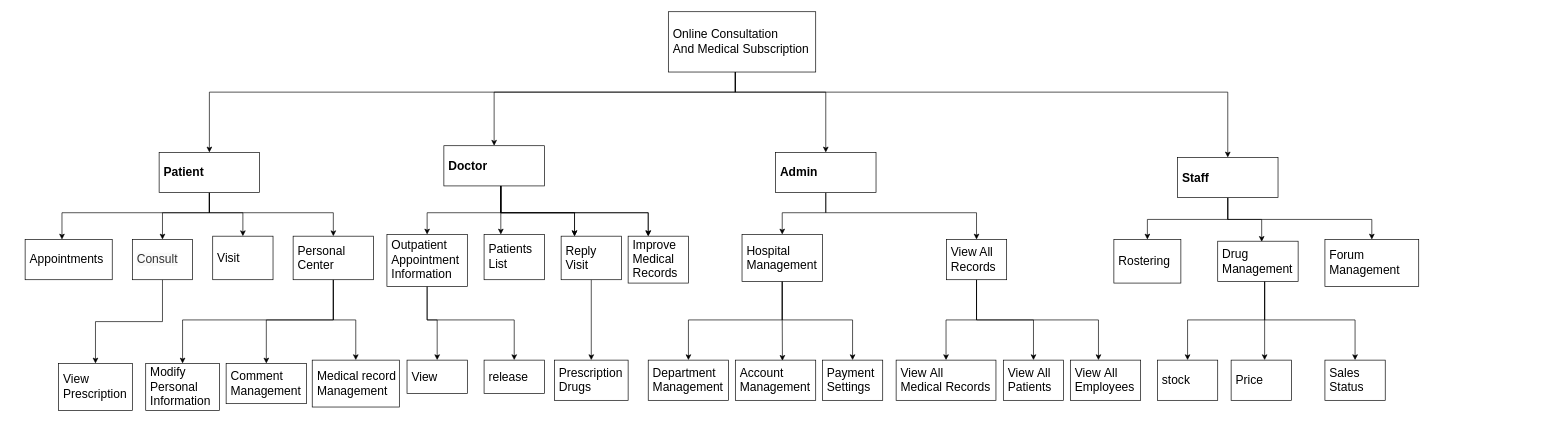
nishacado/E-Healthcare keeps this draw.io diagram as Jingjing/E-HealthDecompositionDiagram.drawio. Above is the earlier version. Source tidied: cells renumbered, new cells numbered last; positions are measured from the earlier drawing's top-left corner, leaving out a move shared by most shapes. Both pictures are drawn from the tidied source at 67%, with x=0, y=0 at pixel (25, 11).
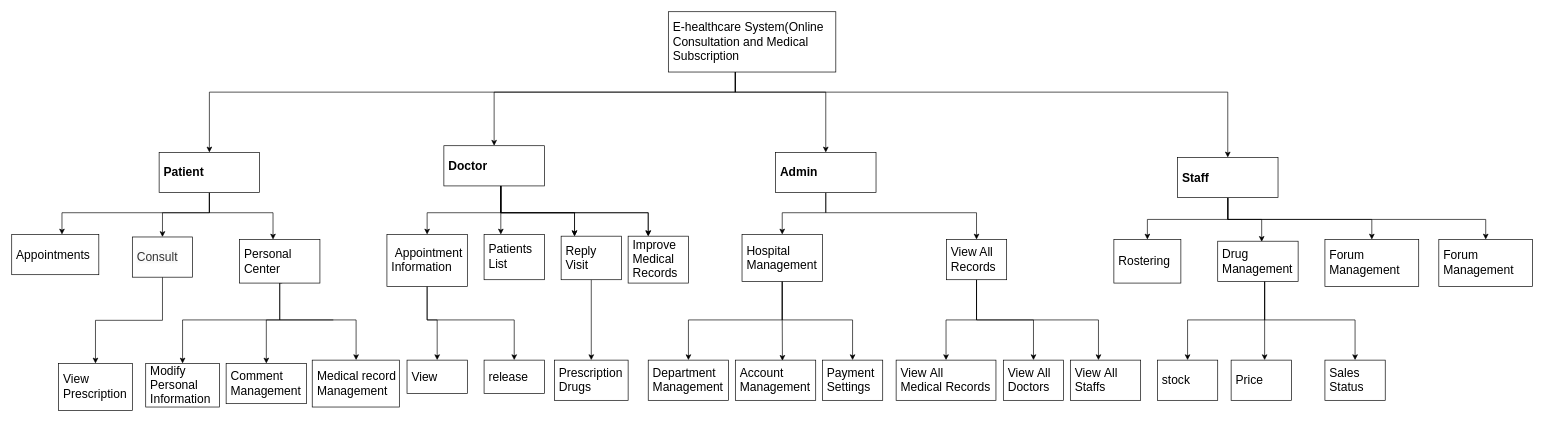
The same page after the edit.

Unchanged cells that the change refers to:
```xml
<mxCell id="11" value="&lt;span style=&quot;font-size: 18px;&quot;&gt;&lt;b&gt;Patient&lt;/b&gt;&lt;/span&gt;" style="rounded=0;whiteSpace=wrap;html=1;align=left;spacingLeft=5;" parent="1" vertex="1">
  <mxGeometry x="200" y="210" width="150" height="60" as="geometry" />
</mxCell>
<mxCell id="15" value="&lt;font style=&quot;font-size: 18px;&quot;&gt;&lt;b&gt;Staff&lt;/b&gt;&lt;/font&gt;" style="rounded=0;whiteSpace=wrap;html=1;align=left;spacingLeft=5;" parent="1" vertex="1">
  <mxGeometry x="1720" y="217.5" width="150" height="60" as="geometry" />
</mxCell>
<mxCell id="53" value="&lt;div&gt;&lt;span style=&quot;font-size: 18px;&quot;&gt;Medical record Management&lt;/span&gt;&lt;/div&gt;" style="rounded=0;whiteSpace=wrap;html=1;align=left;spacingLeft=5;" parent="1" vertex="1">
  <mxGeometry x="428.5" y="520" width="130" height="70" as="geometry" />
</mxCell>
<mxCell id="54" value="&lt;div&gt;&lt;span style=&quot;font-size: 18px;&quot;&gt;Comment Management&lt;/span&gt;&lt;/div&gt;" style="rounded=0;whiteSpace=wrap;html=1;align=left;spacingLeft=5;" parent="1" vertex="1">
  <mxGeometry x="300" y="525" width="120" height="60" as="geometry" />
</mxCell>
```

Diff of the diagram source:
```diff
@@
-    <mxCell id="6" value="&lt;font style=&quot;font-size: 18px;&quot;&gt;Online Consultation &lt;br&gt;And Medical Subscription&lt;/font&gt;" style="rounded=0;whiteSpace=wrap;html=1;align=left;spacingLeft=5;" parent="1" vertex="1">
-      <mxGeometry x="960" width="220" height="90" as="geometry" />
+    <mxCell id="6" value="&lt;font style=&quot;font-size: 18px;&quot;&gt;E-healthcare System(Online Consultation and Medical Subscription&lt;/font&gt;" style="rounded=0;whiteSpace=wrap;html=1;align=left;spacingLeft=5;" parent="1" vertex="1">
+      <mxGeometry x="960" width="250" height="90" as="geometry" />
     </mxCell>
@@
-    <mxCell id="9" style="edgeStyle=orthogonalEdgeStyle;rounded=0;jettySize=auto;html=1;entryX=0.5;entryY=0;entryDx=0;entryDy=0;fontSize=18;align=left;spacingLeft=5;" parent="1" edge="1" source="11" target="27">
-      <mxGeometry relative="1" as="geometry">
-        <Array as="points">
-          <mxPoint x="275" y="300" />
-          <mxPoint x="325" y="300" />
-        </Array>
-      </mxGeometry>
-    </mxCell>
     <mxCell id="10" style="edgeStyle=orthogonalEdgeStyle;rounded=0;jettySize=auto;html=1;fontSize=18;align=left;spacingLeft=5;" parent="1" edge="1" source="11" target="31">
       <mxGeometry relative="1" as="geometry">
         <Array as="points">
           <mxPoint x="275" y="300" />
-          <mxPoint x="460" y="300" />
+          <mxPoint x="370" y="300" />
+          <mxPoint x="370" y="368" />
         </Array>
       </mxGeometry>
     </mxCell>
@@
     <mxCell id="25" value="&lt;span style=&quot;color: rgb(51, 51, 51); font-family: Arial, &amp;quot;PingFang SC&amp;quot;, &amp;quot;Hiragino Sans GB&amp;quot;, STHeiti, &amp;quot;Microsoft YaHei&amp;quot;, &amp;quot;WenQuanYi Micro Hei&amp;quot;, sans-serif; font-size: 18px; background-color: rgb(249, 249, 249);&quot;&gt;Consult&lt;/span&gt;" style="rounded=0;whiteSpace=wrap;html=1;align=left;spacingLeft=5;" parent="1" vertex="1">
-      <mxGeometry x="160" y="340" width="90" height="60" as="geometry" />
+      <mxGeometry x="160" y="336.2" width="90" height="60" as="geometry" />
     </mxCell>
@@
-    <mxCell id="27" value="&lt;span style=&quot;font-size: 18px;&quot;&gt;Visit&lt;/span&gt;" style="rounded=0;whiteSpace=wrap;html=1;align=left;spacingLeft=5;" parent="1" vertex="1">
-      <mxGeometry x="280" y="335" width="90" height="65" as="geometry" />
-    </mxCell>
-    <mxCell id="28" style="edgeStyle=orthogonalEdgeStyle;rounded=0;jettySize=auto;html=1;fontSize=18;" parent="1" edge="1" source="31" target="55">
+    <mxCell id="28" style="edgeStyle=orthogonalEdgeStyle;rounded=0;jettySize=auto;html=1;fontSize=18;" parent="1" edge="1" target="55">
       <mxGeometry relative="1" as="geometry">
+        <mxPoint x="460" y="460" as="sourcePoint" />
         <Array as="points">
           <mxPoint x="460" y="460" />
           <mxPoint x="235" y="460" />
         </Array>
       </mxGeometry>
     </mxCell>
-    <mxCell id="29" style="edgeStyle=orthogonalEdgeStyle;rounded=0;jettySize=auto;html=1;fontSize=18;" parent="1" edge="1" source="31" target="54">
+    <mxCell id="29" style="edgeStyle=orthogonalEdgeStyle;rounded=0;jettySize=auto;html=1;fontSize=18;exitX=0.531;exitY=0.998;exitDx=0;exitDy=0;exitPerimeter=0;" parent="1" edge="1" source="31" target="54">
       <mxGeometry relative="1" as="geometry">
         <Array as="points">
-          <mxPoint x="460" y="460" />
+          <mxPoint x="380" y="405" />
+          <mxPoint x="380" y="460" />
           <mxPoint x="360" y="460" />
         </Array>
       </mxGeometry>
     </mxCell>
     <mxCell id="30" style="edgeStyle=orthogonalEdgeStyle;rounded=0;jettySize=auto;html=1;fontSize=18;" parent="1" edge="1" source="31" target="53">
-      <mxGeometry relative="1" as="geometry" />
+      <mxGeometry relative="1" as="geometry">
+        <Array as="points">
+          <mxPoint x="380" y="460" />
+          <mxPoint x="494" y="460" />
+        </Array>
+      </mxGeometry>
     </mxCell>
     <mxCell id="31" value="&lt;div&gt;&lt;span style=&quot;font-size: 18px;&quot;&gt;Personal Center&lt;/span&gt;&lt;/div&gt;" style="rounded=0;whiteSpace=wrap;html=1;align=left;spacingLeft=5;" parent="1" vertex="1">
-      <mxGeometry x="400" y="335" width="120" height="65" as="geometry" />
+      <mxGeometry x="320" y="340" width="120" height="65" as="geometry" />
     </mxCell>
@@
-    <mxCell id="34" value="&lt;div&gt;&lt;span style=&quot;font-size: 18px;&quot;&gt;Outpatient&amp;nbsp; &amp;nbsp; Appointment&lt;/span&gt;&lt;/div&gt;&lt;div&gt;&lt;span style=&quot;font-size: 18px; background-color: initial;&quot;&gt;Information&lt;/span&gt;&lt;/div&gt;" style="rounded=0;whiteSpace=wrap;html=1;align=left;spacingLeft=5;" parent="1" vertex="1">
+    <mxCell id="34" value="&lt;div&gt;&lt;span style=&quot;font-size: 18px;&quot;&gt;&amp;nbsp;Appointment&lt;/span&gt;&lt;/div&gt;&lt;div&gt;&lt;span style=&quot;font-size: 18px; background-color: initial;&quot;&gt;Information&lt;/span&gt;&lt;/div&gt;" style="rounded=0;whiteSpace=wrap;html=1;align=left;spacingLeft=5;" parent="1" vertex="1">
       <mxGeometry x="540" y="332.5" width="120" height="77.5" as="geometry" />
     </mxCell>
@@
     <mxCell id="55" value="&lt;div&gt;&lt;span style=&quot;font-size: 18px;&quot;&gt;Modify Personal Information&lt;/span&gt;&lt;/div&gt;" style="rounded=0;whiteSpace=wrap;html=1;align=left;spacingLeft=5;" parent="1" vertex="1">
-      <mxGeometry x="180" y="525" width="110" height="70" as="geometry" />
+      <mxGeometry x="180" y="525" width="110" height="65" as="geometry" />
     </mxCell>
-    <mxCell id="56" value="&lt;div&gt;&lt;span style=&quot;font-size: 18px;&quot;&gt;View&amp;nbsp;&lt;/span&gt;&lt;span style=&quot;font-size: 18px; background-color: initial;&quot;&gt;All Employees&lt;/span&gt;&lt;/div&gt;" style="rounded=0;whiteSpace=wrap;html=1;align=left;spacingLeft=5;" parent="1" vertex="1">
+    <mxCell id="56" value="&lt;div&gt;&lt;span style=&quot;font-size: 18px;&quot;&gt;View&amp;nbsp;&lt;/span&gt;&lt;span style=&quot;font-size: 18px; background-color: initial;&quot;&gt;All Staffs&lt;/span&gt;&lt;/div&gt;" style="rounded=0;whiteSpace=wrap;html=1;align=left;spacingLeft=5;" parent="1" vertex="1">
       <mxGeometry x="1560" y="520" width="105" height="60" as="geometry" />
     </mxCell>
@@
-    <mxCell id="59" value="&lt;div&gt;&lt;span style=&quot;font-size: 18px;&quot;&gt;View&amp;nbsp;&lt;/span&gt;&lt;span style=&quot;font-size: 18px; background-color: initial;&quot;&gt;All Patients&lt;/span&gt;&lt;/div&gt;" style="rounded=0;whiteSpace=wrap;html=1;align=left;spacingLeft=5;" parent="1" vertex="1">
+    <mxCell id="59" value="&lt;div&gt;&lt;span style=&quot;font-size: 18px;&quot;&gt;View&amp;nbsp;&lt;/span&gt;&lt;span style=&quot;font-size: 18px; background-color: initial;&quot;&gt;All Doctors&lt;/span&gt;&lt;/div&gt;" style="rounded=0;whiteSpace=wrap;html=1;align=left;spacingLeft=5;" parent="1" vertex="1">
       <mxGeometry x="1460" y="520" width="90" height="60" as="geometry" />
     </mxCell>
     <mxCell id="60" value="&lt;div style=&quot;&quot;&gt;&lt;span style=&quot;font-size: 18px; background-color: initial;&quot;&gt;Appointments&amp;nbsp;&lt;/span&gt;&lt;/div&gt;" style="rounded=0;whiteSpace=wrap;html=1;align=left;spacingLeft=5;" parent="1" vertex="1">
-      <mxGeometry y="340" width="130" height="60" as="geometry" />
+      <mxGeometry x="-20" y="332.5" width="130" height="60" as="geometry" />
     </mxCell>
@@
+    <mxCell id="71" value="&lt;div&gt;&lt;span style=&quot;font-size: 18px;&quot;&gt;Forum Management&lt;/span&gt;&lt;/div&gt;" style="rounded=0;whiteSpace=wrap;html=1;align=left;spacingLeft=5;" parent="1" vertex="1">
+      <mxGeometry x="2110" y="340" width="140" height="70" as="geometry" />
+    </mxCell>
+    <mxCell id="72" style="edgeStyle=orthogonalEdgeStyle;rounded=0;jettySize=auto;html=1;fontSize=18;align=left;spacingLeft=5;entryX=0.5;entryY=0;entryDx=0;entryDy=0;exitX=0.502;exitY=1.01;exitDx=0;exitDy=0;exitPerimeter=0;" parent="1" edge="1" source="15" target="71">
+      <mxGeometry relative="1" as="geometry">
+        <Array as="points">
+          <mxPoint x="1795" y="310" />
+          <mxPoint x="2180" y="310" />
+        </Array>
+      </mxGeometry>
+    </mxCell>
```
